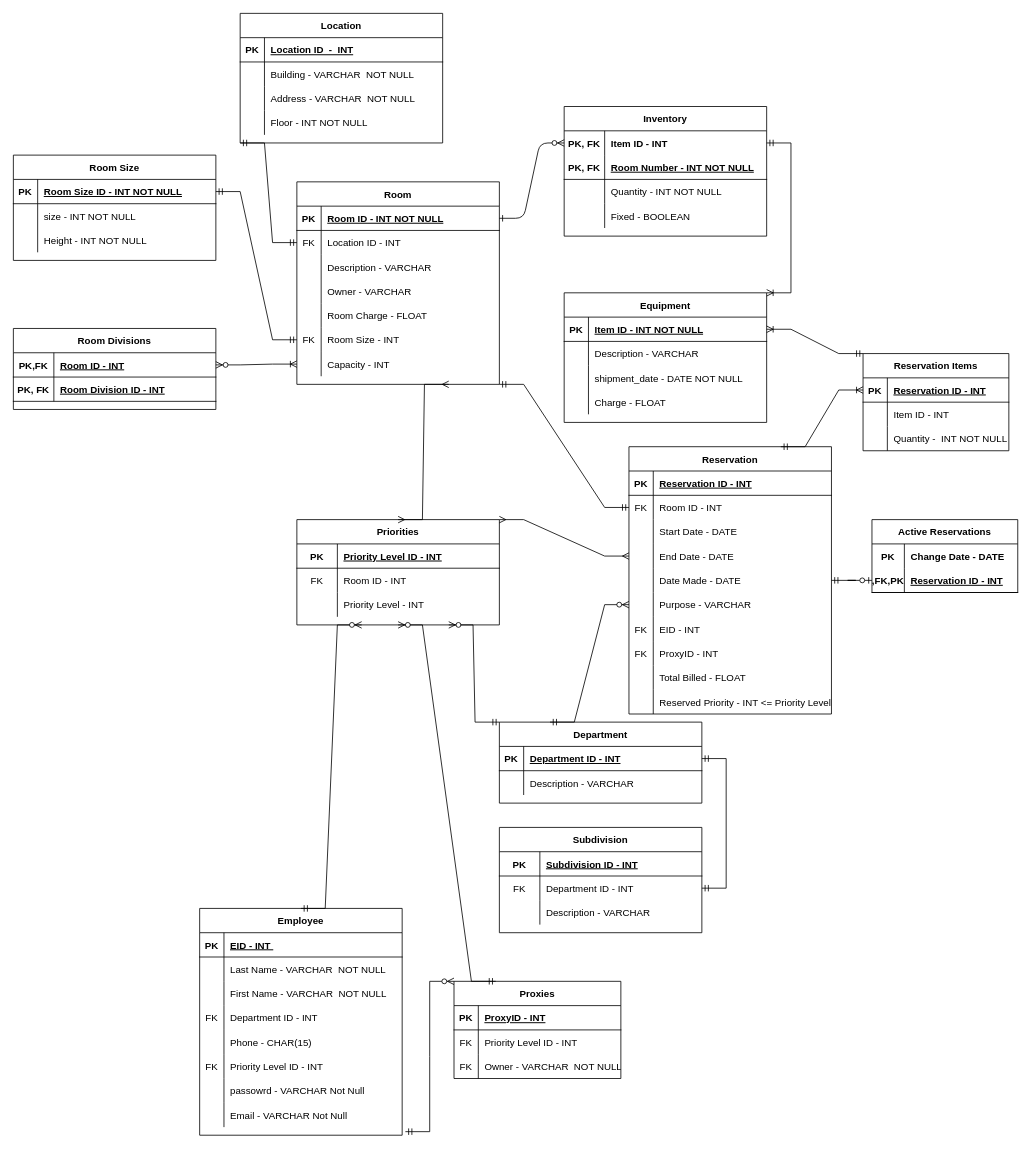
seanjedi/comp-163-database-design-class keeps this draw.io diagram as Projcet1.drawio. Above is the earlier version. Source tidied: cells renumbered, new cells numbered last; positions are measured from the earlier drawing's top-left corner, leaving out a move shared by most shapes. Both pictures are drawn from the tidied source at 81%, with x=0, y=0 at pixel (13, 13).
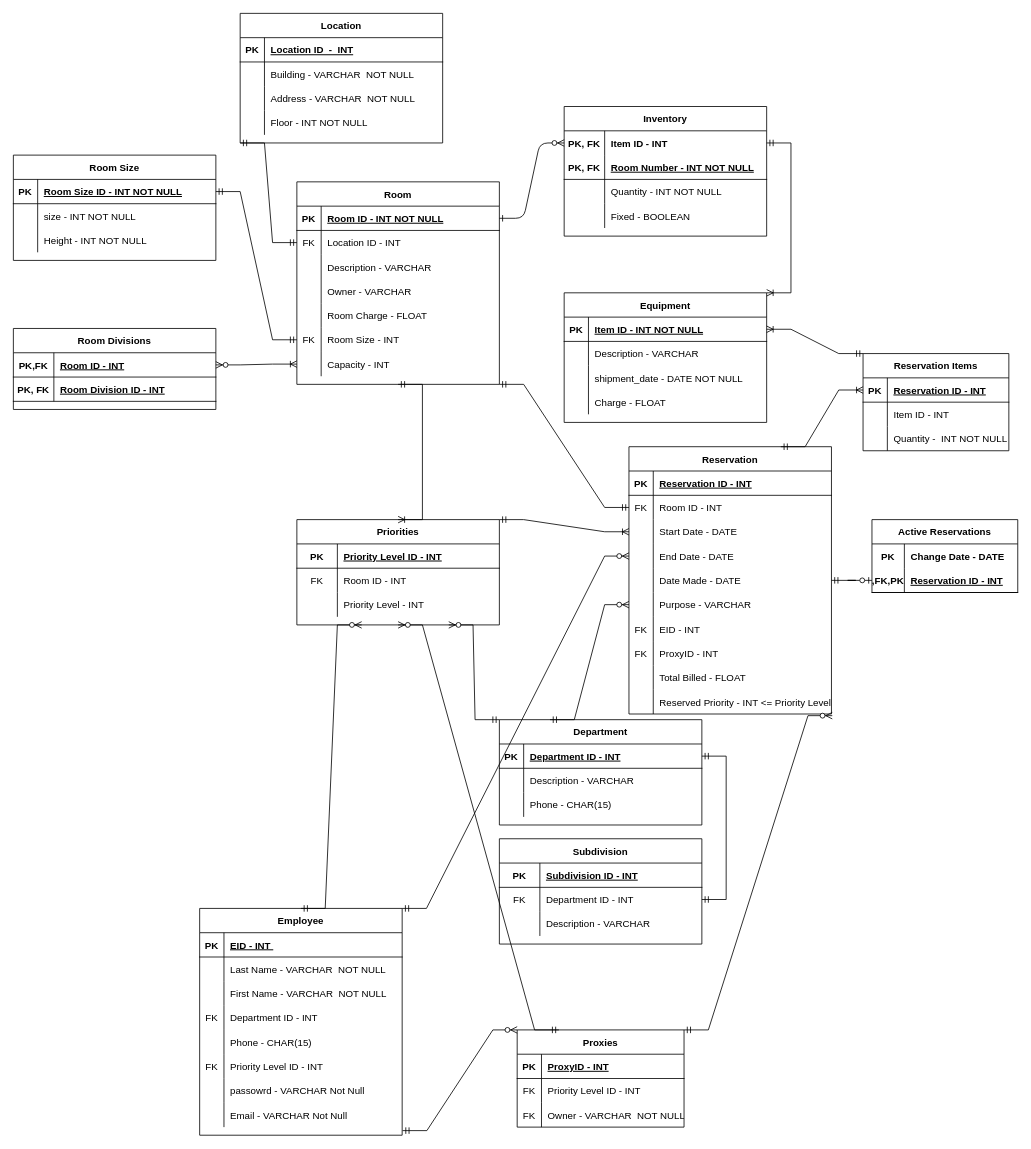
The same page after the edit.

The change refers to these unchanged cells:
```xml
<mxCell id="29" value="Room" style="shape=table;startSize=30;childLayout=tableLayout;rowLines=0;fontStyle=1;align=center;" parent="1" vertex="1">
  <mxGeometry x="350" y="208" width="250" height="250" as="geometry" />
</mxCell>
<mxCell id="51" value="Employee" style="shape=table;startSize=30;childLayout=tableLayout;rowLines=0;fontStyle=1;align=center;" parent="1" vertex="1">
  <mxGeometry x="230" y="1105" width="250" height="280" as="geometry" />
</mxCell>
<mxCell id="73" style="shape=tableRow;horizontal=0;startSize=0;swimlaneHead=0;swimlaneBody=0;fillColor=none;points=[[0,0.5],[1,0.5]];portConstraint=eastwest;top=0;left=0;right=0;bottom=0;" parent="51" vertex="1">
  <mxGeometry y="240" width="250" height="30" as="geometry" />
</mxCell>
<mxCell id="129" value="Priorities" style="shape=table;startSize=30;childLayout=tableLayout;rowLines=0;fontStyle=1;align=center;" parent="1" vertex="1">
  <mxGeometry x="350" y="625" width="250" height="130" as="geometry" />
</mxCell>
<mxCell id="159" style="shape=tableRow;horizontal=0;startSize=0;swimlaneHead=0;swimlaneBody=0;fillColor=none;points=[[0,0.5],[1,0.5]];portConstraint=eastwest;top=0;left=0;right=0;bottom=0;" parent="152" vertex="1">
  <mxGeometry y="90" width="250" height="30" as="geometry" />
</mxCell>
<mxCell id="162" style="shape=tableRow;horizontal=0;startSize=0;swimlaneHead=0;swimlaneBody=0;fillColor=none;points=[[0,0.5],[1,0.5]];portConstraint=eastwest;top=0;left=0;right=0;bottom=0;" parent="152" vertex="1">
  <mxGeometry y="120" width="250" height="30" as="geometry" />
</mxCell>
<mxCell id="180" style="shape=tableRow;horizontal=0;startSize=0;swimlaneHead=0;swimlaneBody=0;fillColor=none;points=[[0,0.5],[1,0.5]];portConstraint=eastwest;top=0;left=0;right=0;bottom=0;" parent="152" vertex="1">
  <mxGeometry y="300" width="250" height="30" as="geometry" />
</mxCell>
```

The edit, as a diff of the source:
```diff
@@
     <mxCell id="76" value="Department" style="shape=table;startSize=30;childLayout=tableLayout;rowLines=0;fontStyle=1;align=center;" parent="1" vertex="1">
-      <mxGeometry x="600" y="875" width="250" height="100" as="geometry" />
+      <mxGeometry x="600" y="872" width="250" height="130" as="geometry" />
     </mxCell>
@@
+    <mxCell id="207" style="shape=tableRow;horizontal=0;startSize=0;swimlaneHead=0;swimlaneBody=0;fillColor=none;top=0;left=0;right=0;bottom=0;" parent="76" vertex="1">
+      <mxGeometry y="90" width="250" height="30" as="geometry" />
+    </mxCell>
+    <mxCell id="208" style="shape=partialRectangle;fillColor=none;top=0;left=0;bottom=0;right=0;overflow=hidden;" parent="207" vertex="1">
+      <mxGeometry width="30" height="30" as="geometry" />
+    </mxCell>
+    <mxCell id="209" value="Phone - CHAR(15)" style="shape=partialRectangle;fillColor=none;top=0;left=0;bottom=0;right=0;align=left;spacingLeft=6;overflow=hidden;" parent="207" vertex="1">
+      <mxGeometry x="30" width="220" height="30" as="geometry" />
+    </mxCell>
@@
     <mxCell id="97" value="Subdivision" style="shape=table;startSize=30;childLayout=tableLayout;rowLines=0;fontStyle=1;align=center;" parent="1" vertex="1">
-      <mxGeometry x="600" y="1005" width="250" height="130" as="geometry" />
+      <mxGeometry x="600" y="1019" width="250" height="130" as="geometry" />
     </mxCell>
@@
     <mxCell id="108" value="Proxies" style="shape=table;startSize=30;childLayout=tableLayout;rowLines=0;fontStyle=1;align=center;" parent="1" vertex="1">
-      <mxGeometry x="544" y="1195" width="206" height="120" as="geometry" />
+      <mxGeometry x="622" y="1255" width="206" height="120" as="geometry" />
     </mxCell>
@@
-    <mxCell id="147" style="edgeStyle=entityRelationEdgeStyle;fontSize=12;html=1;endArrow=ERzeroToMany;startArrow=ERmandOne;rounded=0;entryX=0;entryY=0;entryDx=0;entryDy=0;exitX=1.016;exitY=1.187;exitDx=0;exitDy=0;exitPerimeter=0;" parent="1" edge="1" source="73" target="108">
+    <mxCell id="147" style="edgeStyle=entityRelationEdgeStyle;fontSize=12;html=1;endArrow=ERzeroToMany;startArrow=ERmandOne;rounded=0;entryX=0;entryY=0;entryDx=0;entryDy=0;exitX=1.002;exitY=1.144;exitDx=0;exitDy=0;exitPerimeter=0;" parent="1" edge="1" source="73" target="108">
       <mxGeometry relative="1" as="geometry" />
     </mxCell>
@@
-    <mxCell id="150" style="edgeStyle=entityRelationEdgeStyle;fontSize=12;html=1;endArrow=ERmany;startArrow=ERmany;rounded=0;exitX=1;exitY=0;exitDx=0;exitDy=0;entryX=0;entryY=0.5;entryDx=0;entryDy=0;" parent="1" edge="1" source="129" target="162">
-      <mxGeometry relative="1" as="geometry" />
-    </mxCell>
@@
-    <mxCell id="202" style="edgeStyle=entityRelationEdgeStyle;fontSize=12;html=1;endArrow=ERmany;startArrow=ERmany;rounded=0;exitX=0.5;exitY=0;exitDx=0;exitDy=0;entryX=0.75;entryY=1;entryDx=0;entryDy=0;" parent="1" edge="1" source="129" target="29">
-      <mxGeometry relative="1" as="geometry" />
-    </mxCell>
@@
+    <mxCell id="210" style="edgeStyle=entityRelationEdgeStyle;fontSize=12;html=1;endArrow=ERoneToMany;startArrow=ERmandOne;rounded=0;entryX=0.5;entryY=0;entryDx=0;entryDy=0;exitX=0.5;exitY=1;exitDx=0;exitDy=0;" parent="1" edge="1" source="29" target="129">
+      <mxGeometry relative="1" as="geometry" />
+    </mxCell>
+    <mxCell id="211" style="edgeStyle=entityRelationEdgeStyle;fontSize=12;html=1;endArrow=ERoneToMany;startArrow=ERmandOne;rounded=0;entryX=0;entryY=0.5;entryDx=0;entryDy=0;exitX=1;exitY=0;exitDx=0;exitDy=0;" parent="1" edge="1" source="129" target="159">
+      <mxGeometry relative="1" as="geometry" />
+    </mxCell>
+    <mxCell id="212" style="edgeStyle=entityRelationEdgeStyle;fontSize=12;html=1;endArrow=ERzeroToMany;startArrow=ERmandOne;rounded=0;exitX=1;exitY=0;exitDx=0;exitDy=0;entryX=0;entryY=0.5;entryDx=0;entryDy=0;" parent="1" edge="1" source="51" target="162">
+      <mxGeometry relative="1" as="geometry" />
+    </mxCell>
+    <mxCell id="213" style="edgeStyle=entityRelationEdgeStyle;fontSize=12;html=1;endArrow=ERzeroToMany;startArrow=ERmandOne;rounded=0;exitX=1;exitY=0;exitDx=0;exitDy=0;entryX=1.004;entryY=1.068;entryDx=0;entryDy=0;entryPerimeter=0;" parent="1" edge="1" source="108" target="180">
+      <mxGeometry relative="1" as="geometry" />
+    </mxCell>
+    <mxCell id="214" style="shape=tableRow;horizontal=0;startSize=0;swimlaneHead=0;swimlaneBody=0;fillColor=none;top=0;left=0;right=0;bottom=0;" parent="1" vertex="1">
+      <mxGeometry x="1100" y="1055" width="250" height="30" as="geometry" />
+    </mxCell>
+    <mxCell id="215" style="shape=partialRectangle;fillColor=none;top=0;left=0;bottom=0;right=0;overflow=hidden;" parent="214" vertex="1">
+      <mxGeometry width="30" height="30" as="geometry" />
+    </mxCell>
```
